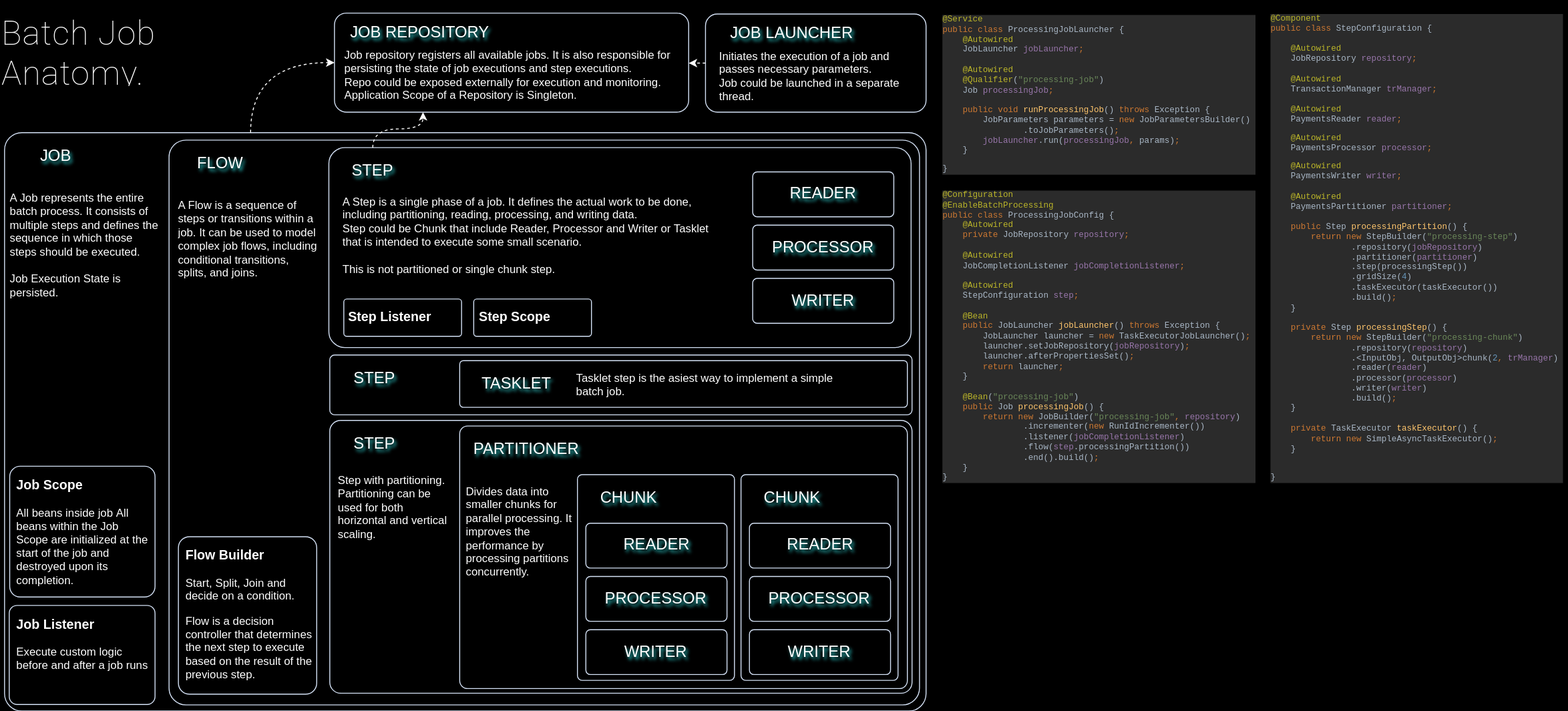
Above: public/images/spring-batch-design.drawio.svg in gsaukov/spring-batch-demo (draw.io), before the change. Source tidied: cells renumbered, new cells last; positions are measured from the earlier drawing's top-left corner, leaving out a move shared by most shapes.
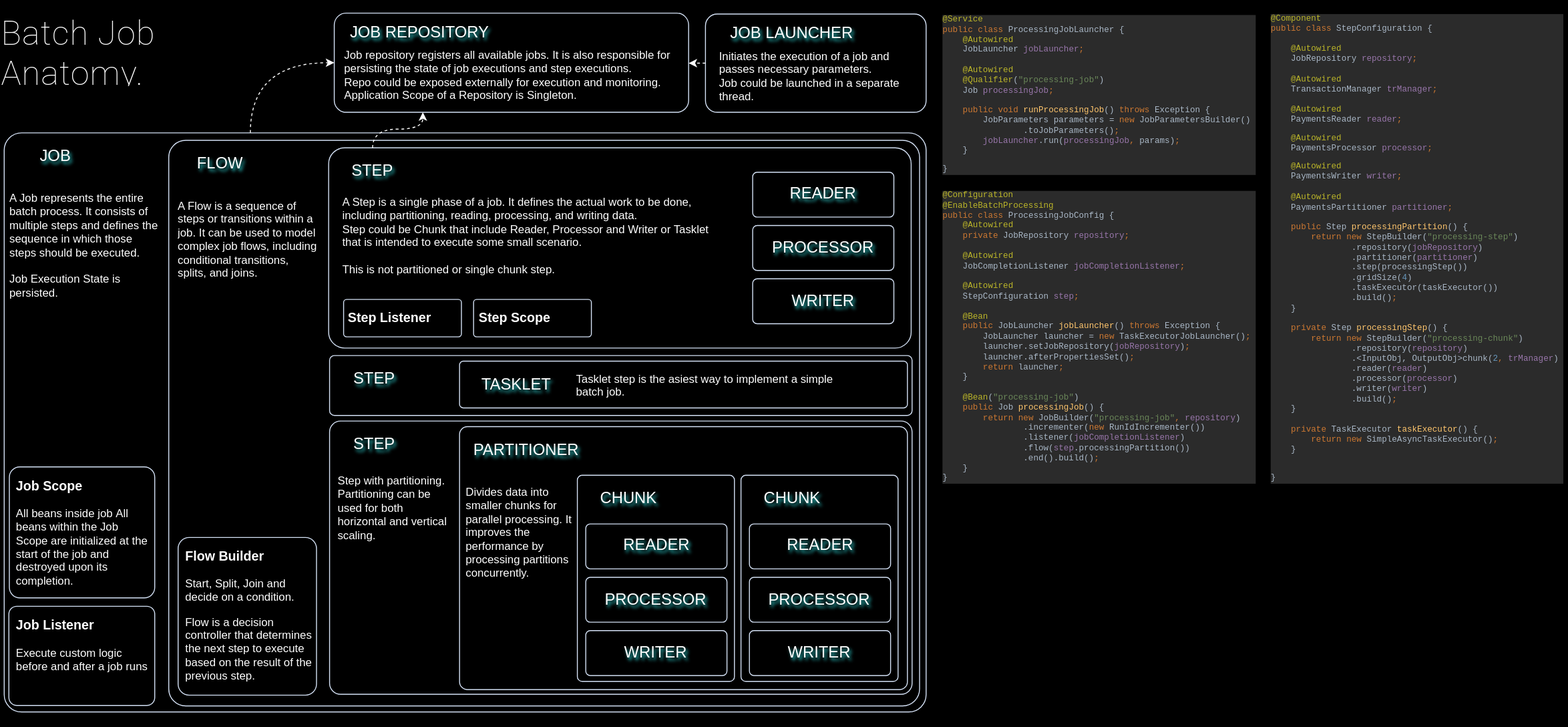
Later version of the same file.

What changed in the source:
```diff
@@ -5,7 +5,7 @@
     <mxCell id="2" style="rounded=1;whiteSpace=wrap;html=1;shadow=0;arcSize=8;fillColor=none;glass=0;perimeterSpacing=0;labelBorderColor=none;shadowOffsetX=2;shadowOpacity=80;shadowColor=#33FFFF;strokeColor=#D4E1F5;strokeWidth=1;shadowBlur=1;" parent="1" vertex="1">
       <mxGeometry x="350" y="157.5" width="623" height="214" as="geometry" />
     </mxCell>
-    <mxCell id="3" style="rounded=1;whiteSpace=wrap;html=1;shadow=0;arcSize=3;fillColor=none;glass=0;perimeterSpacing=0;labelBorderColor=none;shadowOffsetX=2;shadowOpacity=80;shadowColor=#33FFFF;strokeColor=#D4E1F5;strokeWidth=1;shadowBlur=1;" parent="1" vertex="1">
+    <mxCell id="3" style="rounded=1;whiteSpace=wrap;html=1;shadow=0;arcSize=3;fillColor=none;glass=0;perimeterSpacing=0;labelBorderColor=none;shadowOffsetX=2;shadowOpacity=80;shadowColor=#33FFFF;strokeColor=#D4E1F5;strokeWidth=1;shadowBlur=1;comic=0;" parent="1" vertex="1">
       <mxGeometry x="3" y="141.5" width="986" height="619" as="geometry" />
     </mxCell>
     <mxCell id="4" style="rounded=1;whiteSpace=wrap;html=1;shadow=0;arcSize=3;fillColor=none;glass=0;perimeterSpacing=0;labelBorderColor=none;shadowOffsetX=2;shadowOpacity=80;shadowColor=#33FFFF;strokeColor=#D4E1F5;strokeWidth=1;shadowBlur=1;" parent="1" vertex="1">
@@ -33,7 +33,7 @@
       <mxGeometry x="8" y="647.5" width="156" height="106" as="geometry" />
     </mxCell>
     <mxCell id="12" value="&lt;h3 style=&quot;margin-top: 0px;&quot;&gt;Job Listener&lt;/h3&gt;&lt;p&gt;Execute custom logic before and after a job runs&lt;br&gt;&lt;/p&gt;" style="text;html=1;whiteSpace=wrap;overflow=hidden;rounded=0;fontColor=#FFFFFF;" parent="1" vertex="1">
-      <mxGeometry x="14" y="652.5" width="145" height="87" as="geometry" />
+      <mxGeometry x="14" y="652.5" width="145" height="121.5" as="geometry" />
     </mxCell>
     <mxCell id="13" style="rounded=1;whiteSpace=wrap;html=1;shadow=0;arcSize=8;fillColor=none;glass=0;perimeterSpacing=0;labelBorderColor=none;shadowOffsetX=2;shadowOpacity=80;shadowColor=#33FFFF;strokeColor=#D4E1F5;strokeWidth=1;shadowBlur=1;" parent="1" vertex="1">
       <mxGeometry x="189" y="574" width="148" height="168.5" as="geometry" />
```
